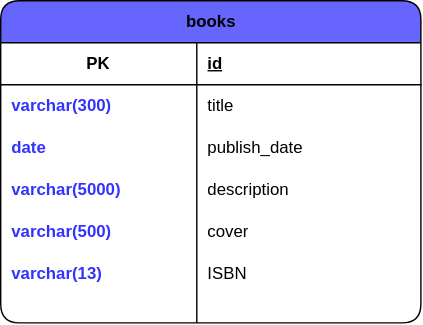
Earlier version of the draw.io export docs/database-model.svg (camargobiel/book-trade-api). Source tidied: cells renumbered, new cells last; positions are measured from the earlier drawing's top-left corner, leaving out a move shared by most shapes. Its diagram source:
```xml
<mxGraphModel>
  <root>
    <mxCell id="0" />
    <mxCell id="1" parent="0" />
    <mxCell id="2" value="books" style="shape=table;startSize=30;rowLines=0;fontStyle=1;align=center;html=1;fillColor=#6666FF;rounded=1;shadow=0;" parent="1" vertex="1">
      <mxGeometry width="300" height="230" as="geometry" />
    </mxCell>
    <mxCell id="3" style="shape=tableRow;horizontal=0;startSize=0;swimlaneHead=0;swimlaneBody=0;fillColor=none;top=0;left=0;right=0;bottom=1;" parent="2" vertex="1">
      <mxGeometry y="30" width="300" height="30" as="geometry" />
    </mxCell>
    <mxCell id="4" value="PK" style="shape=partialRectangle;fillColor=none;top=0;left=0;bottom=0;right=0;fontStyle=1;overflow=hidden;whiteSpace=wrap;html=1;" parent="3" vertex="1">
      <mxGeometry width="140" height="30" as="geometry" />
    </mxCell>
    <mxCell id="5" value="id" style="shape=partialRectangle;fillColor=none;top=0;left=0;bottom=0;right=0;align=left;spacingLeft=6;fontStyle=5;overflow=hidden;whiteSpace=wrap;html=1;" parent="3" vertex="1">
      <mxGeometry x="140" width="160" height="30" as="geometry" />
    </mxCell>
    <mxCell id="6" style="shape=tableRow;horizontal=0;startSize=0;swimlaneHead=0;swimlaneBody=0;fillColor=none;top=0;left=0;right=0;bottom=0;" parent="2" vertex="1">
      <mxGeometry y="60" width="300" height="30" as="geometry" />
    </mxCell>
    <mxCell id="7" value="&lt;b&gt;&lt;font color=&quot;#3333ff&quot;&gt;varchar(300)&lt;/font&gt;&lt;/b&gt;" style="shape=partialRectangle;fillColor=none;top=0;left=0;bottom=0;right=0;overflow=hidden;whiteSpace=wrap;html=1;align=left;spacingLeft=6;" parent="6" vertex="1">
      <mxGeometry width="140" height="30" as="geometry" />
    </mxCell>
    <mxCell id="8" value="title" style="shape=partialRectangle;fillColor=none;top=0;left=0;bottom=0;right=0;align=left;spacingLeft=6;overflow=hidden;whiteSpace=wrap;html=1;" parent="6" vertex="1">
      <mxGeometry x="140" width="160" height="30" as="geometry" />
    </mxCell>
    <mxCell id="9" style="shape=tableRow;horizontal=0;startSize=0;swimlaneHead=0;swimlaneBody=0;fillColor=none;top=0;left=0;right=0;bottom=0;" parent="2" vertex="1">
      <mxGeometry y="90" width="300" height="30" as="geometry" />
    </mxCell>
    <mxCell id="10" value="&lt;b&gt;&lt;font color=&quot;#3333ff&quot;&gt;date&lt;/font&gt;&lt;/b&gt;" style="shape=partialRectangle;fillColor=none;top=0;left=0;bottom=0;right=0;overflow=hidden;whiteSpace=wrap;html=1;align=left;spacingLeft=6;" parent="9" vertex="1">
      <mxGeometry width="140" height="30" as="geometry" />
    </mxCell>
    <mxCell id="11" value="publish_date" style="shape=partialRectangle;fillColor=none;top=0;left=0;bottom=0;right=0;align=left;spacingLeft=6;overflow=hidden;whiteSpace=wrap;html=1;" parent="9" vertex="1">
      <mxGeometry x="140" width="160" height="30" as="geometry" />
    </mxCell>
    <mxCell id="12" style="shape=tableRow;horizontal=0;startSize=0;swimlaneHead=0;swimlaneBody=0;fillColor=none;top=0;left=0;right=0;bottom=0;" parent="2" vertex="1">
      <mxGeometry y="120" width="300" height="30" as="geometry" />
    </mxCell>
    <mxCell id="13" value="varchar(5000)" style="shape=partialRectangle;fillColor=none;top=0;left=0;bottom=0;right=0;overflow=hidden;whiteSpace=wrap;html=1;fontColor=#3333FF;fontStyle=1;align=left;spacingLeft=6;" parent="12" vertex="1">
      <mxGeometry width="140" height="30" as="geometry" />
    </mxCell>
    <mxCell id="14" value="description" style="shape=partialRectangle;fillColor=none;top=0;left=0;bottom=0;right=0;align=left;spacingLeft=6;overflow=hidden;whiteSpace=wrap;html=1;" parent="12" vertex="1">
      <mxGeometry x="140" width="160" height="30" as="geometry" />
    </mxCell>
    <mxCell id="15" style="shape=tableRow;horizontal=0;startSize=0;swimlaneHead=0;swimlaneBody=0;fillColor=none;top=0;left=0;right=0;bottom=0;" parent="2" vertex="1">
      <mxGeometry y="150" width="300" height="30" as="geometry" />
    </mxCell>
    <mxCell id="16" value="varchar(500)" style="shape=partialRectangle;fillColor=none;top=0;left=0;bottom=0;right=0;overflow=hidden;whiteSpace=wrap;html=1;fontColor=#3333FF;fontStyle=1;align=left;spacingLeft=6;" parent="15" vertex="1">
      <mxGeometry width="140" height="30" as="geometry" />
    </mxCell>
    <mxCell id="17" value="cover" style="shape=partialRectangle;fillColor=none;top=0;left=0;bottom=0;right=0;align=left;spacingLeft=6;overflow=hidden;whiteSpace=wrap;html=1;" parent="15" vertex="1">
      <mxGeometry x="140" width="160" height="30" as="geometry" />
    </mxCell>
    <mxCell id="18" style="shape=tableRow;horizontal=0;startSize=0;swimlaneHead=0;swimlaneBody=0;fillColor=none;top=0;left=0;right=0;bottom=0;" parent="2" vertex="1">
      <mxGeometry y="180" width="300" height="30" as="geometry" />
    </mxCell>
    <mxCell id="19" value="varchar(13)" style="shape=partialRectangle;fillColor=none;top=0;left=0;bottom=0;right=0;overflow=hidden;whiteSpace=wrap;html=1;fontColor=#3333FF;fontStyle=1;align=left;spacingLeft=6;" parent="18" vertex="1">
      <mxGeometry width="140" height="30" as="geometry" />
    </mxCell>
    <mxCell id="20" value="ISBN" style="shape=partialRectangle;fillColor=none;top=0;left=0;bottom=0;right=0;align=left;spacingLeft=6;overflow=hidden;whiteSpace=wrap;html=1;" parent="18" vertex="1">
      <mxGeometry x="140" width="160" height="30" as="geometry" />
    </mxCell>
    <mxCell id="21" style="shape=tableRow;horizontal=0;startSize=0;swimlaneHead=0;swimlaneBody=0;fillColor=none;top=0;left=0;right=0;bottom=0;" parent="2" vertex="1">
      <mxGeometry y="210" width="300" height="20" as="geometry" />
    </mxCell>
    <mxCell id="22" style="shape=partialRectangle;fillColor=none;top=0;left=0;bottom=0;right=0;overflow=hidden;whiteSpace=wrap;html=1;fontColor=#3333FF;fontStyle=1;align=left;spacingLeft=6;" parent="21" vertex="1">
      <mxGeometry width="140" height="20" as="geometry" />
    </mxCell>
    <mxCell id="23" style="shape=partialRectangle;fillColor=none;top=0;left=0;bottom=0;right=0;align=left;spacingLeft=6;overflow=hidden;whiteSpace=wrap;html=1;" parent="21" vertex="1">
      <mxGeometry x="140" width="160" height="20" as="geometry" />
    </mxCell>
  </root>
</mxGraphModel>
```
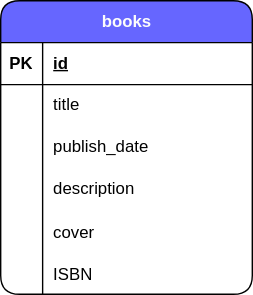
The same diagram one commit later.

Commit message:
docs: books table

The edit, as a diff of the source:
```diff
@@ -2,71 +2,62 @@
   <root>
     <mxCell id="0" />
     <mxCell id="1" parent="0" />
-    <mxCell id="2" value="books" style="shape=table;startSize=30;rowLines=0;fontStyle=1;align=center;html=1;fillColor=#6666FF;rounded=1;shadow=0;" parent="1" vertex="1">
-      <mxGeometry width="300" height="230" as="geometry" />
+    <mxCell id="2" value="books" style="shape=table;startSize=30;rowLines=0;fontStyle=1;align=center;html=1;rounded=1;fillColor=#6666FF;fontColor=#FCFCFC;" parent="1" vertex="1">
+      <mxGeometry width="180" height="210" as="geometry" />
     </mxCell>
-    <mxCell id="3" style="shape=tableRow;horizontal=0;startSize=0;swimlaneHead=0;swimlaneBody=0;fillColor=none;top=0;left=0;right=0;bottom=1;" parent="2" vertex="1">
-      <mxGeometry y="30" width="300" height="30" as="geometry" />
-    </mxCell>
+    <mxCell id="24" style="shape=tableRow;horizontal=0;startSize=0;swimlaneHead=0;swimlaneBody=0;fillColor=none;top=0;left=0;right=0;bottom=1;" parent="2" vertex="1">
+      <mxGeometry y="30" width="180" height="30" as="geometry" />
+    </mxCell>
-    <mxCell id="4" value="PK" style="shape=partialRectangle;fillColor=none;top=0;left=0;bottom=0;right=0;fontStyle=1;overflow=hidden;whiteSpace=wrap;html=1;" parent="3" vertex="1">
-      <mxGeometry width="140" height="30" as="geometry" />
+    <mxCell id="4" value="PK" style="shape=partialRectangle;fillColor=none;top=0;left=0;bottom=0;right=0;fontStyle=1;overflow=hidden;whiteSpace=wrap;html=1;labelBackgroundColor=#FFFFFF;" parent="24" vertex="1">
+      <mxGeometry width="30" height="30" as="geometry" />
     </mxCell>
-    <mxCell id="5" value="id" style="shape=partialRectangle;fillColor=none;top=0;left=0;bottom=0;right=0;align=left;spacingLeft=6;fontStyle=5;overflow=hidden;whiteSpace=wrap;html=1;" parent="3" vertex="1">
-      <mxGeometry x="140" width="160" height="30" as="geometry" />
+    <mxCell id="5" value="id" style="shape=partialRectangle;fillColor=none;top=0;left=0;bottom=0;right=0;align=left;spacingLeft=6;fontStyle=5;overflow=hidden;whiteSpace=wrap;html=1;labelBackgroundColor=#FFFFFF;" parent="24" vertex="1">
+      <mxGeometry x="30" width="150" height="30" as="geometry" />
     </mxCell>
-    <mxCell id="6" style="shape=tableRow;horizontal=0;startSize=0;swimlaneHead=0;swimlaneBody=0;fillColor=none;top=0;left=0;right=0;bottom=0;" parent="2" vertex="1">
-      <mxGeometry y="60" width="300" height="30" as="geometry" />
-    </mxCell>
-    <mxCell id="7" value="&lt;b&gt;&lt;font color=&quot;#3333ff&quot;&gt;varchar(300)&lt;/font&gt;&lt;/b&gt;" style="shape=partialRectangle;fillColor=none;top=0;left=0;bottom=0;right=0;overflow=hidden;whiteSpace=wrap;html=1;align=left;spacingLeft=6;" parent="6" vertex="1">
-      <mxGeometry width="140" height="30" as="geometry" />
-    </mxCell>
+    <mxCell id="25" style="shape=tableRow;horizontal=0;startSize=0;swimlaneHead=0;swimlaneBody=0;fillColor=none;top=0;left=0;right=0;bottom=0;" parent="2" vertex="1">
+      <mxGeometry y="60" width="180" height="30" as="geometry" />
+    </mxCell>
+    <mxCell id="26" style="shape=partialRectangle;fillColor=none;top=0;left=0;bottom=0;right=0;overflow=hidden;whiteSpace=wrap;html=1;labelBackgroundColor=#FFFFFF;" parent="25" vertex="1">
+      <mxGeometry width="30" height="30" as="geometry" />
+    </mxCell>
-    <mxCell id="8" value="title" style="shape=partialRectangle;fillColor=none;top=0;left=0;bottom=0;right=0;align=left;spacingLeft=6;overflow=hidden;whiteSpace=wrap;html=1;" parent="6" vertex="1">
-      <mxGeometry x="140" width="160" height="30" as="geometry" />
+    <mxCell id="8" value="title&lt;br&gt;" style="shape=partialRectangle;fillColor=none;top=0;left=0;bottom=0;right=0;align=left;spacingLeft=6;overflow=hidden;whiteSpace=wrap;html=1;labelBackgroundColor=#FFFFFF;" parent="25" vertex="1">
+      <mxGeometry x="30" width="150" height="30" as="geometry" />
     </mxCell>
-    <mxCell id="9" style="shape=tableRow;horizontal=0;startSize=0;swimlaneHead=0;swimlaneBody=0;fillColor=none;top=0;left=0;right=0;bottom=0;" parent="2" vertex="1">
-      <mxGeometry y="90" width="300" height="30" as="geometry" />
-    </mxCell>
-    <mxCell id="10" value="&lt;b&gt;&lt;font color=&quot;#3333ff&quot;&gt;date&lt;/font&gt;&lt;/b&gt;" style="shape=partialRectangle;fillColor=none;top=0;left=0;bottom=0;right=0;overflow=hidden;whiteSpace=wrap;html=1;align=left;spacingLeft=6;" parent="9" vertex="1">
-      <mxGeometry width="140" height="30" as="geometry" />
-    </mxCell>
+    <mxCell id="27" style="shape=tableRow;horizontal=0;startSize=0;swimlaneHead=0;swimlaneBody=0;fillColor=none;top=0;left=0;right=0;bottom=0;" parent="2" vertex="1">
+      <mxGeometry y="90" width="180" height="30" as="geometry" />
+    </mxCell>
+    <mxCell id="28" style="shape=partialRectangle;fillColor=none;top=0;left=0;bottom=0;right=0;overflow=hidden;whiteSpace=wrap;html=1;labelBackgroundColor=#FFFFFF;" parent="27" vertex="1">
+      <mxGeometry width="30" height="30" as="geometry" />
+    </mxCell>
-    <mxCell id="11" value="publish_date" style="shape=partialRectangle;fillColor=none;top=0;left=0;bottom=0;right=0;align=left;spacingLeft=6;overflow=hidden;whiteSpace=wrap;html=1;" parent="9" vertex="1">
-      <mxGeometry x="140" width="160" height="30" as="geometry" />
+    <mxCell id="11" value="publish_date" style="shape=partialRectangle;fillColor=none;top=0;left=0;bottom=0;right=0;align=left;spacingLeft=6;overflow=hidden;whiteSpace=wrap;html=1;labelBackgroundColor=#FFFFFF;" parent="27" vertex="1">
+      <mxGeometry x="30" width="150" height="30" as="geometry" />
     </mxCell>
-    <mxCell id="12" style="shape=tableRow;horizontal=0;startSize=0;swimlaneHead=0;swimlaneBody=0;fillColor=none;top=0;left=0;right=0;bottom=0;" parent="2" vertex="1">
-      <mxGeometry y="120" width="300" height="30" as="geometry" />
-    </mxCell>
-    <mxCell id="13" value="varchar(5000)" style="shape=partialRectangle;fillColor=none;top=0;left=0;bottom=0;right=0;overflow=hidden;whiteSpace=wrap;html=1;fontColor=#3333FF;fontStyle=1;align=left;spacingLeft=6;" parent="12" vertex="1">
-      <mxGeometry width="140" height="30" as="geometry" />
-    </mxCell>
+    <mxCell id="29" style="shape=tableRow;horizontal=0;startSize=0;swimlaneHead=0;swimlaneBody=0;fillColor=none;top=0;left=0;right=0;bottom=0;" parent="2" vertex="1">
+      <mxGeometry y="120" width="180" height="30" as="geometry" />
+    </mxCell>
+    <mxCell id="30" style="shape=partialRectangle;fillColor=none;top=0;left=0;bottom=0;right=0;overflow=hidden;whiteSpace=wrap;html=1;labelBackgroundColor=#FFFFFF;" parent="29" vertex="1">
+      <mxGeometry width="30" height="30" as="geometry" />
+    </mxCell>
-    <mxCell id="14" value="description" style="shape=partialRectangle;fillColor=none;top=0;left=0;bottom=0;right=0;align=left;spacingLeft=6;overflow=hidden;whiteSpace=wrap;html=1;" parent="12" vertex="1">
-      <mxGeometry x="140" width="160" height="30" as="geometry" />
+    <mxCell id="14" value="description" style="shape=partialRectangle;fillColor=none;top=0;left=0;bottom=0;right=0;align=left;spacingLeft=6;overflow=hidden;whiteSpace=wrap;html=1;labelBackgroundColor=#FFFFFF;" parent="29" vertex="1">
+      <mxGeometry x="30" width="150" height="30" as="geometry" />
     </mxCell>
-    <mxCell id="15" style="shape=tableRow;horizontal=0;startSize=0;swimlaneHead=0;swimlaneBody=0;fillColor=none;top=0;left=0;right=0;bottom=0;" parent="2" vertex="1">
-      <mxGeometry y="150" width="300" height="30" as="geometry" />
-    </mxCell>
-    <mxCell id="16" value="varchar(500)" style="shape=partialRectangle;fillColor=none;top=0;left=0;bottom=0;right=0;overflow=hidden;whiteSpace=wrap;html=1;fontColor=#3333FF;fontStyle=1;align=left;spacingLeft=6;" parent="15" vertex="1">
-      <mxGeometry width="140" height="30" as="geometry" />
-    </mxCell>
+    <mxCell id="31" style="shape=tableRow;horizontal=0;startSize=0;swimlaneHead=0;swimlaneBody=0;fillColor=none;top=0;left=0;right=0;bottom=0;" parent="2" vertex="1">
+      <mxGeometry y="150" width="180" height="30" as="geometry" />
+    </mxCell>
+    <mxCell id="32" style="shape=partialRectangle;fillColor=none;top=0;left=0;bottom=0;right=0;overflow=hidden;labelBackgroundColor=#FFFFFF;" parent="31" vertex="1">
+      <mxGeometry width="30" height="30" as="geometry" />
+    </mxCell>
-    <mxCell id="17" value="cover" style="shape=partialRectangle;fillColor=none;top=0;left=0;bottom=0;right=0;align=left;spacingLeft=6;overflow=hidden;whiteSpace=wrap;html=1;" parent="15" vertex="1">
-      <mxGeometry x="140" width="160" height="30" as="geometry" />
+    <mxCell id="17" value="cover" style="shape=partialRectangle;fillColor=none;top=0;left=0;bottom=0;right=0;align=left;spacingLeft=6;overflow=hidden;labelBackgroundColor=#FFFFFF;" parent="31" vertex="1">
+      <mxGeometry x="30" width="150" height="30" as="geometry" />
     </mxCell>
-    <mxCell id="18" style="shape=tableRow;horizontal=0;startSize=0;swimlaneHead=0;swimlaneBody=0;fillColor=none;top=0;left=0;right=0;bottom=0;" parent="2" vertex="1">
-      <mxGeometry y="180" width="300" height="30" as="geometry" />
-    </mxCell>
-    <mxCell id="19" value="varchar(13)" style="shape=partialRectangle;fillColor=none;top=0;left=0;bottom=0;right=0;overflow=hidden;whiteSpace=wrap;html=1;fontColor=#3333FF;fontStyle=1;align=left;spacingLeft=6;" parent="18" vertex="1">
-      <mxGeometry width="140" height="30" as="geometry" />
-    </mxCell>
+    <mxCell id="33" style="shape=tableRow;horizontal=0;startSize=0;swimlaneHead=0;swimlaneBody=0;fillColor=none;top=0;left=0;right=0;bottom=0;" parent="2" vertex="1">
+      <mxGeometry y="180" width="180" height="30" as="geometry" />
+    </mxCell>
+    <mxCell id="34" style="shape=partialRectangle;fillColor=none;top=0;left=0;bottom=0;right=0;overflow=hidden;labelBackgroundColor=#FFFFFF;" parent="33" vertex="1">
+      <mxGeometry width="30" height="30" as="geometry" />
+    </mxCell>
-    <mxCell id="20" value="ISBN" style="shape=partialRectangle;fillColor=none;top=0;left=0;bottom=0;right=0;align=left;spacingLeft=6;overflow=hidden;whiteSpace=wrap;html=1;" parent="18" vertex="1">
-      <mxGeometry x="140" width="160" height="30" as="geometry" />
+    <mxCell id="20" value="ISBN" style="shape=partialRectangle;fillColor=none;top=0;left=0;bottom=0;right=0;align=left;spacingLeft=6;overflow=hidden;labelBackgroundColor=#FFFFFF;" parent="33" vertex="1">
+      <mxGeometry x="30" width="150" height="30" as="geometry" />
     </mxCell>
-    <mxCell id="21" style="shape=tableRow;horizontal=0;startSize=0;swimlaneHead=0;swimlaneBody=0;fillColor=none;top=0;left=0;right=0;bottom=0;" parent="2" vertex="1">
-      <mxGeometry y="210" width="300" height="20" as="geometry" />
-    </mxCell>
-    <mxCell id="22" style="shape=partialRectangle;fillColor=none;top=0;left=0;bottom=0;right=0;overflow=hidden;whiteSpace=wrap;html=1;fontColor=#3333FF;fontStyle=1;align=left;spacingLeft=6;" parent="21" vertex="1">
-      <mxGeometry width="140" height="20" as="geometry" />
-    </mxCell>
-    <mxCell id="23" style="shape=partialRectangle;fillColor=none;top=0;left=0;bottom=0;right=0;align=left;spacingLeft=6;overflow=hidden;whiteSpace=wrap;html=1;" parent="21" vertex="1">
-      <mxGeometry x="140" width="160" height="20" as="geometry" />
-    </mxCell>
   </root>
 </mxGraphModel>
```
